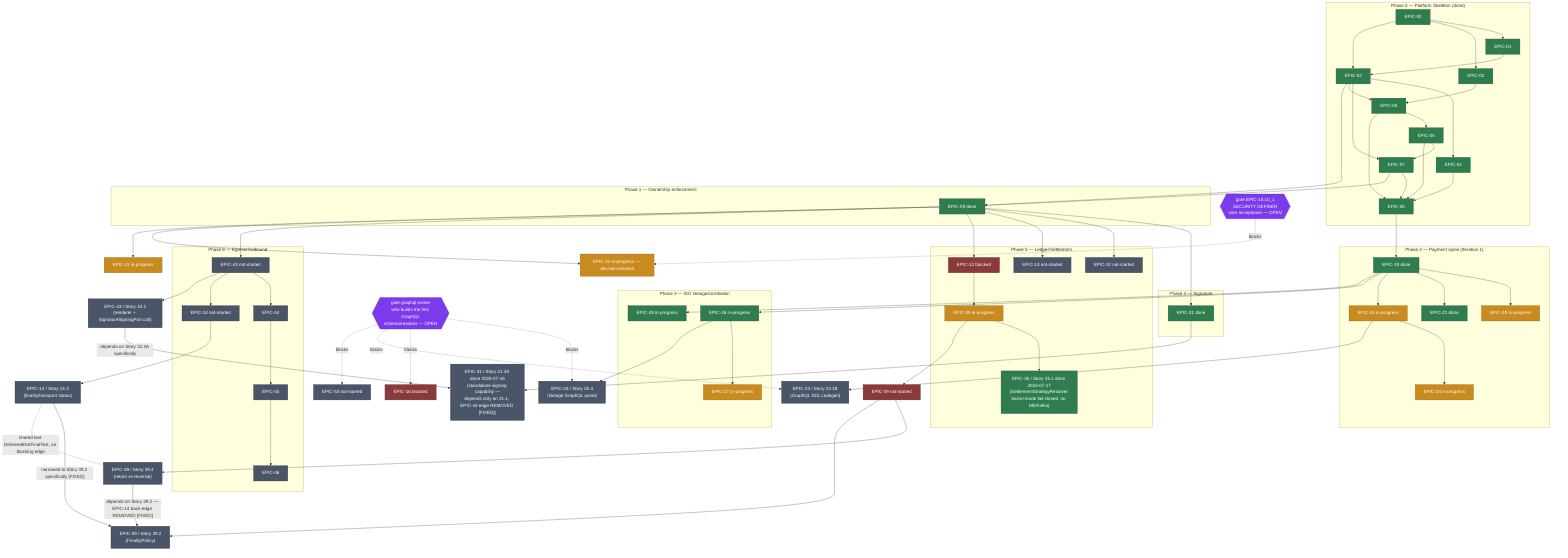
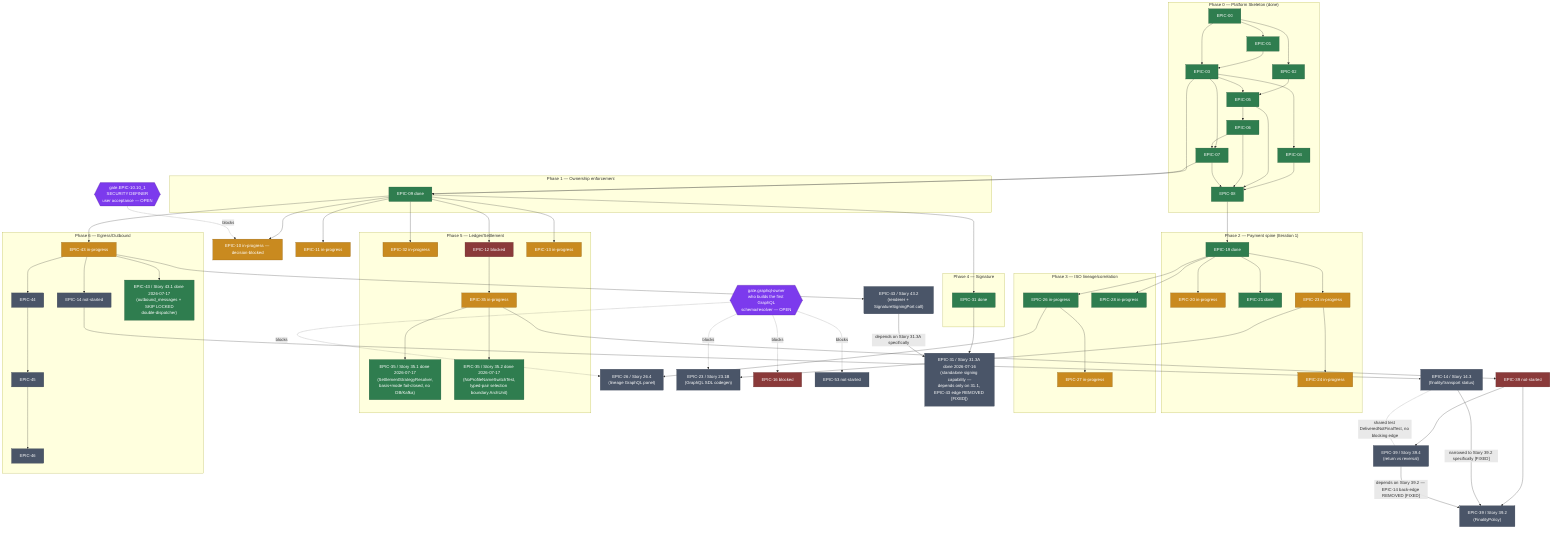
%% SEPA Nexus — capability graph (curated view)
%% Full machine graph: planning/capability-graph.json (142 nodes / 251 edges).
%% This file is a curated subgraph for human reading — phase heads, the two resolved
%% cycles, and the two open decision gates (EPIC-10 SECURITY DEFINER, GraphQL owner). It
%% is not regenerated automatically; keep it in sync by hand with capability-graph.json
%% when either changes materially.
flowchart TB

    subgraph P0["Phase 0 — Platform Skeleton (done)"]
        E00[EPIC-00] --> E01[EPIC-01] & E02[EPIC-02]
        E01 --> E03[EPIC-03]
        E00 --> E03
        E03 --> E04[EPIC-04] & E07[EPIC-07]
        E02 --> E05[EPIC-05]
        E03 --> E05
        E05 --> E06[EPIC-06]
        E06 --> E07
        E04 & E05 & E06 & E07 --> E08[EPIC-08]
    end

    subgraph P1["Phase 1 — Ownership enforcement"]
        E03 --> E09[EPIC-09 done]
        E07 --> E09
    end

    subgraph P2["Phase 2 — Payment spine (Iteration 1)"]
        E08 --> E19[EPIC-19 done]
        E19 --> E20[EPIC-20 in-progress]
        E19 --> E21[EPIC-21 done]
        E19 --> E23[EPIC-23 in-progress]
        E23 --> E24[EPIC-24 in-progress]
    end

    subgraph P3["Phase 3 — ISO lineage/correlation"]
        E19 --> E26[EPIC-26 in-progress]
        E26 --> E27[EPIC-27 in-progress]
        E19 --> E28[EPIC-28 in-progress]
    end

    %% --- GraphQL owner decision gate (added 2026-07-16) ---
    S2664["EPIC-26 / Story 26.4\n(lineage GraphQL panel)"]
    S231B["EPIC-23 / Story 23.1B\n(GraphQL SDL codegen)"]
    E26 --> S2664
    E23 --> S231B
    GQLGATE{{"gate.graphql-owner\nwho builds the first GraphQL\nschema/resolver — OPEN"}}
    GQLGATE -.blocks.-> S2664
    GQLGATE -.blocks.-> E16[EPIC-16 blocked]
    GQLGATE -.blocks.-> S231B
    GQLGATE -.blocks.-> E53[EPIC-53 not-started]

    subgraph P4["Phase 4 — Signature"]
        E09 --> E31[EPIC-31 done]
    end

    subgraph P5["Phase 5 — Ledger/Settlement"]
-         E09 --> E32[EPIC-32 not-started]
+         E09 --> E32[EPIC-32 in-progress]
        E12[EPIC-12 blocked] --> E35[EPIC-35 in-progress]
        S351["EPIC-35 / Story 35.1 done 2026-07-17\n(SettlementStrategyResolver,\nbasis+mode fail-closed, no DB/Kafka)"]
+         S352["EPIC-35 / Story 35.2 done 2026-07-17\n(NoProfileNameSwitchTest,\ntyped-pair selection boundary ArchUnit)"]
        E35 --> S351
-         E09 --> E13[EPIC-13 not-started]
+         E35 --> S352
+         E09 --> E13[EPIC-13 in-progress]
        E09 --> E12
    end

    subgraph P6["Phase 6 — Egress/Outbound"]
-         E09 --> E43[EPIC-43 not-started]
+         E09 --> E43[EPIC-43 in-progress]
        E43 --> E44[EPIC-44] --> E45[EPIC-45] --> E46[EPIC-46]
        E43 --> E14[EPIC-14 not-started]
+         S431["EPIC-43 / Story 43.1 done 2026-07-17\n(outbound_messages + SKIP LOCKED\ndouble-dispatcher)"]
+         E43 --> S431
    end

    %% Ownership graph (EPIC-09) fans out to most other Phase-1 epics
    E09 --> E10[EPIC-10 in-progress — decision-blocked]
    E09 --> E11[EPIC-11 in-progress]

    %% --- EPIC-10 decision gate ---
    GATE{{"gate.EPIC-10.10_1\nSECURITY DEFINER\nuser acceptance — OPEN"}}
    GATE -.blocks.-> E10

    %% --- Cycle 1 (H1, signature <-> egress) — FIXED 2026-07-16 ---
    S313A["EPIC-31 / Story 31.3A done 2026-07-16\n(standalone signing capability —\ndepends only on 31.1, EPIC-43 edge REMOVED [FIXED])"]
    S432["EPIC-43 / Story 43.2\n(renderer + SignatureSigningPort call)"]
    E31 --> S313A
    E43 --> S432
    S432 -- "depends on Story 31.3A specifically" --> S313A

    %% --- Cycle 2 (discovered incidentally, same shape) — FIXED 2026-07-16 ---
    S143["EPIC-14 / Story 14.3\n(finality/transport status)"]
    S394["EPIC-39 / Story 39.4\n(return vs reversal)"]
    S392["EPIC-39 / Story 39.2\n(FinalityPolicy)"]
    E14 --> S143
    E39[EPIC-39 not-started] --> S394
    E39 --> S392
    E35 --> E39
    S143 -- "narrowed to Story 39.2 specifically [FIXED]" --> S392
    S394 -- "depends on Story 39.2 — EPIC-14 back-edge REMOVED [FIXED]" --> S392
    S143 -. "shared test DeliveredNotFinalTest, no blocking edge" .- S394

    classDef done fill:#2f7d4f,color:#fff,stroke:#1e5236
    classDef inprogress fill:#c98a1f,color:#fff,stroke:#8a5e12
    classDef blocked fill:#8a3a3a,color:#fff,stroke:#5c2626
    classDef notstarted fill:#4a5568,color:#fff,stroke:#2d3748
    classDef gate fill:#7c3aed,color:#fff,stroke:#4c1d95

-     class E00,E01,E02,E03,E04,E05,E06,E07,E08,E09,E19,E21,E26,E31,E28,S351 done
-     class E10,E11,E20,E23,E24,E27,E35 inprogress
+     class E00,E01,E02,E03,E04,E05,E06,E07,E08,E09,E19,E21,E26,E31,E28,S351,S352,S431 done
+     class E10,E11,E20,E23,E24,E27,E35,E13,E32,E43 inprogress
    class E12,E39,E16 blocked
-     class E13,E14,E32,E43,E44,E45,E46,E53,S313A,S432,S143,S394,S392,S2664,S231B notstarted
+     class E14,E44,E45,E46,E53,S313A,S432,S143,S394,S392,S2664,S231B notstarted
    class GATE,GQLGATE gate
